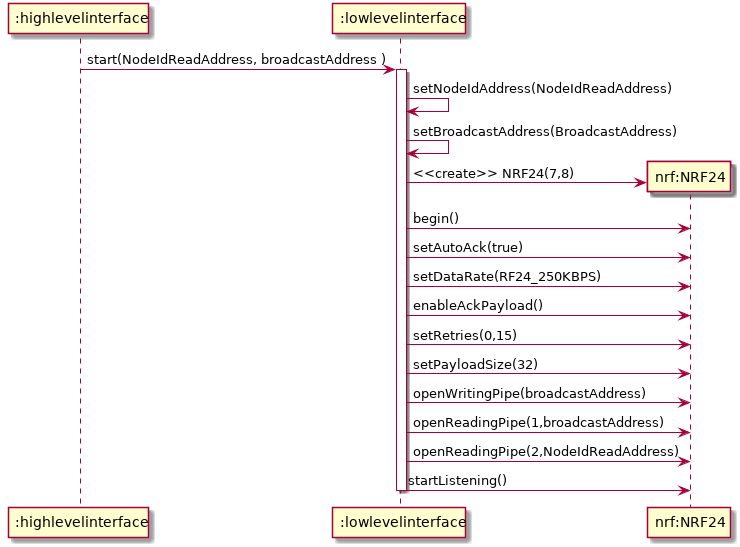
Earlier version of the PlantUML export Docs/DesignDocumenten/UML/out/NRF24/sequence/SetupNRF24/SetupNRF24.png (mauriceberentsen/Automated-Drone-Distribution-Network). Source of this version:
```plantuml
@startuml
participant ":highlevelinterface" as high
participant ":lowlevelinterface" as low
participant "nrf:NRF24" as nrf

high -> low +: start(NodeIdReadAddress, broadcastAddress )
low -> low : setNodeIdAddress(NodeIdReadAddress)
low -> low : setBroadcastAddress(BroadcastAddress)
create nrf
low -> nrf : <<create>> NRF24(7,8)
low -> nrf : begin()
low -> nrf : setAutoAck(true)
low -> nrf : setDataRate(RF24_250KBPS)
low -> nrf : enableAckPayload()
low -> nrf : setRetries(0,15)
low -> nrf : setPayloadSize(32)
low -> nrf : openWritingPipe(broadcastAddress)
low -> nrf : openReadingPipe(1,broadcastAddress)
low -> nrf : openReadingPipe(2,NodeIdReadAddress)
low -> nrf -: startListening()


@enduml
```
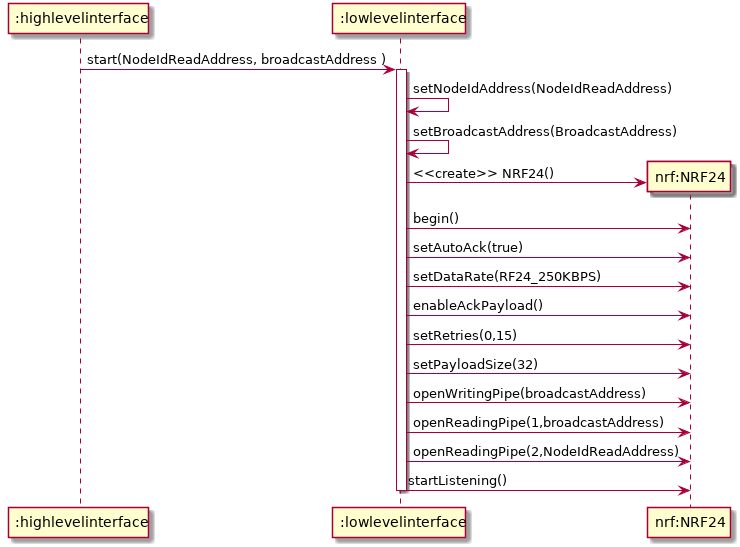
Above is the later version.

The edit, as a diff of the source:
```diff
@@ -7,7 +7,7 @@
 low -> low : setNodeIdAddress(NodeIdReadAddress)
 low -> low : setBroadcastAddress(BroadcastAddress)
 create nrf
-low -> nrf : <<create>> NRF24(7,8)
+low -> nrf : <<create>> NRF24()
 low -> nrf : begin()
 low -> nrf : setAutoAck(true)
 low -> nrf : setDataRate(RF24_250KBPS)
```
